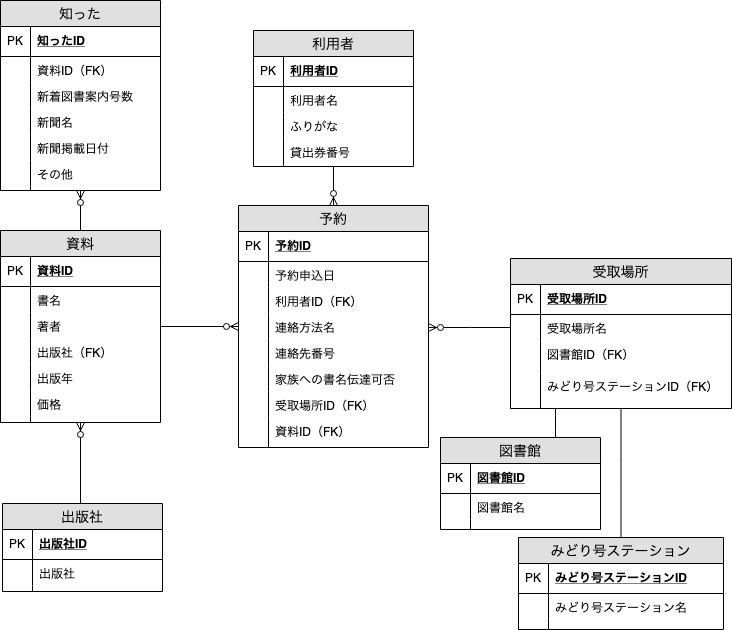
The draw.io diagram 002_reservation_sheet.png in chihaso/rakurakuERD, before a commit. Source tidied: cells renumbered, new cells last; positions are measured from the earlier drawing's top-left corner, leaving out a move shared by most shapes.
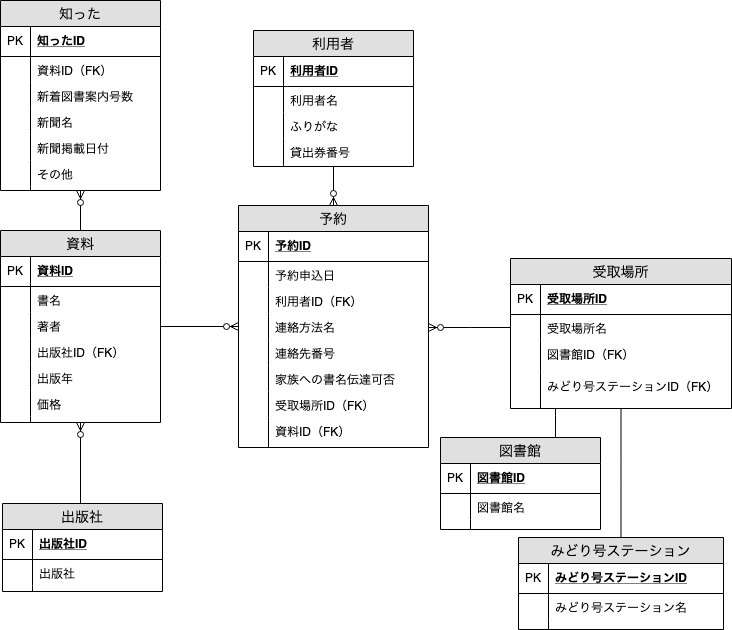
The same diagram one commit later.

Commit message:
資料テーブル、"出版社（FK）"を"出版社ID（FK

Change to the diagram source:
```diff
@@ -116,7 +116,7 @@
     <mxCell id="39" style="shape=partialRectangle;top=0;left=0;bottom=0;fillColor=none;align=left;verticalAlign=top;spacingLeft=4;spacingRight=4;overflow=hidden;fontSize=12;" parent="38" vertex="1">
       <mxGeometry width="30" height="26" as="geometry" />
     </mxCell>
-    <mxCell id="40" value="出版社（FK）" style="shape=partialRectangle;top=0;left=0;right=0;bottom=0;align=left;verticalAlign=top;fillColor=none;spacingLeft=34;spacingRight=4;overflow=hidden;fontSize=12;" parent="33" vertex="1">
+    <mxCell id="40" value="出版社ID（FK）" style="shape=partialRectangle;top=0;left=0;right=0;bottom=0;align=left;verticalAlign=top;fillColor=none;spacingLeft=34;spacingRight=4;overflow=hidden;fontSize=12;" parent="33" vertex="1">
       <mxGeometry y="108" width="160" height="26" as="geometry" />
     </mxCell>
     <mxCell id="41" style="shape=partialRectangle;top=0;left=0;bottom=0;fillColor=none;align=left;verticalAlign=top;spacingLeft=4;spacingRight=4;overflow=hidden;fontSize=12;" parent="40" vertex="1">
```
